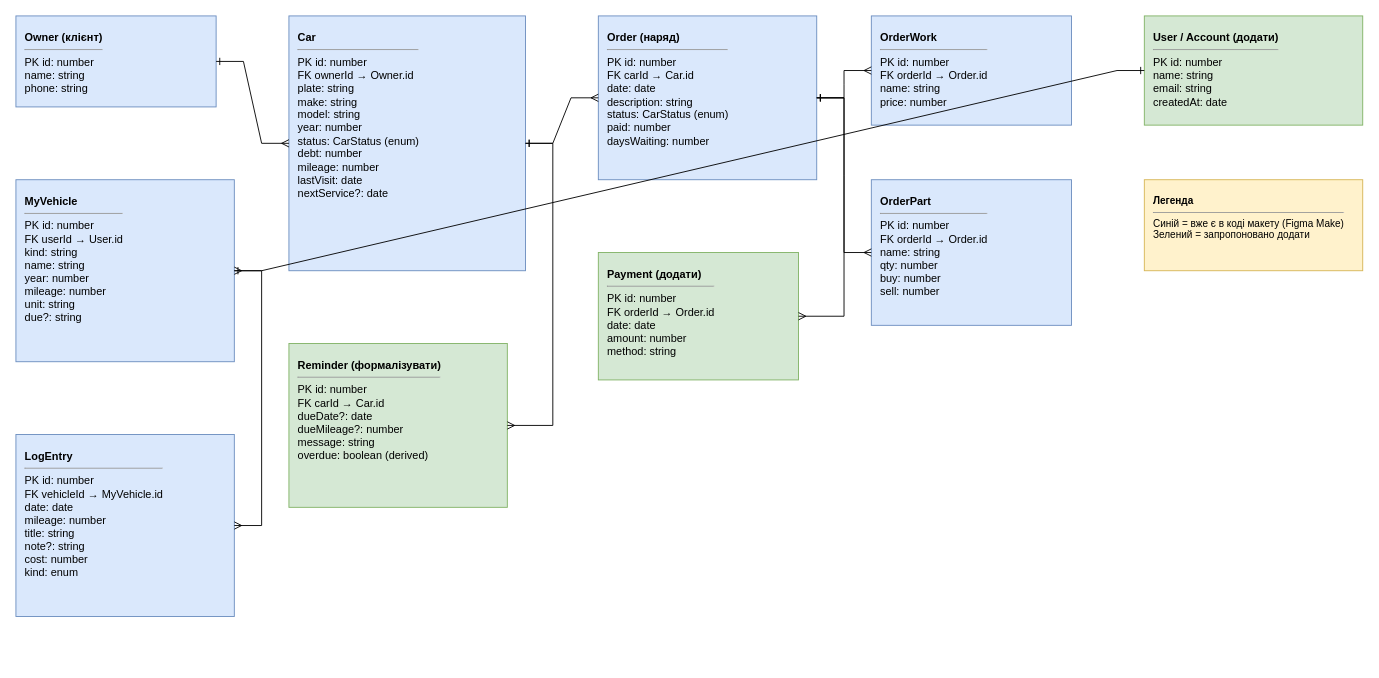
The draw.io diagram garage-erd.drawio in maksymkrat/GarageOS, before the edit. Source tidied: cells renumbered, new cells numbered last; positions are measured from the earlier drawing's top-left corner, leaving out a move shared by most shapes. Both pictures are drawn from the tidied source at 91%, with x=0, y=0 at pixel (15, 15).
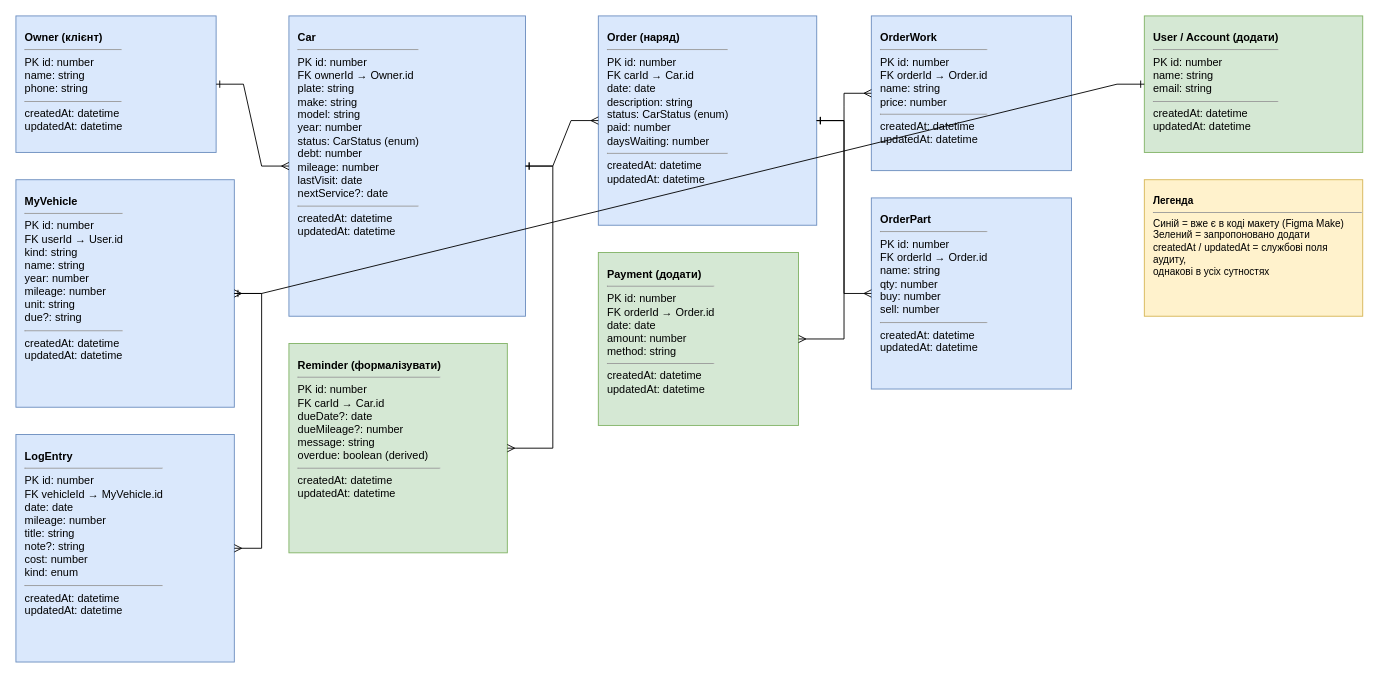
Above is the later version.

Commit message:
docs: додати поля аудиту createdAt/updatedAt у всі сутності ERD

What changed in the source:
```diff
@@
-    <mxCell id="2" value="&lt;b&gt;Owner (клієнт)&lt;/b&gt;&lt;hr size=1&gt;PK id: number&lt;br&gt;name: string&lt;br&gt;phone: string" style="rounded=0;whiteSpace=wrap;html=1;align=left;verticalAlign=top;spacingLeft=8;spacingTop=10;fontSize=12;fillColor=#dae8fc;strokeColor=#6c8ebf;" parent="1" vertex="1">
-      <mxGeometry width="220" height="100" as="geometry" />
+    <mxCell id="2" value="&lt;b&gt;Owner (клієнт)&lt;/b&gt;&lt;hr size=1&gt;PK id: number&lt;br&gt;name: string&lt;br&gt;phone: string&lt;hr size=1&gt;createdAt: datetime&lt;br&gt;updatedAt: datetime" style="rounded=0;whiteSpace=wrap;html=1;align=left;verticalAlign=top;spacingLeft=8;spacingTop=10;fontSize=12;fillColor=#dae8fc;strokeColor=#6c8ebf;" parent="1" vertex="1">
+      <mxGeometry width="220" height="150" as="geometry" />
     </mxCell>
-    <mxCell id="3" value="&lt;b&gt;Car&lt;/b&gt;&lt;hr size=1&gt;PK id: number&lt;br&gt;FK ownerId → Owner.id&lt;br&gt;plate: string&lt;br&gt;make: string&lt;br&gt;model: string&lt;br&gt;year: number&lt;br&gt;status: CarStatus (enum)&lt;br&gt;debt: number&lt;br&gt;mileage: number&lt;br&gt;lastVisit: date&lt;br&gt;nextService?: date" style="rounded=0;whiteSpace=wrap;html=1;align=left;verticalAlign=top;spacingLeft=8;spacingTop=10;fontSize=12;fillColor=#dae8fc;strokeColor=#6c8ebf;" parent="1" vertex="1">
-      <mxGeometry x="300" width="260" height="280" as="geometry" />
+    <mxCell id="3" value="&lt;b&gt;Car&lt;/b&gt;&lt;hr size=1&gt;PK id: number&lt;br&gt;FK ownerId → Owner.id&lt;br&gt;plate: string&lt;br&gt;make: string&lt;br&gt;model: string&lt;br&gt;year: number&lt;br&gt;status: CarStatus (enum)&lt;br&gt;debt: number&lt;br&gt;mileage: number&lt;br&gt;lastVisit: date&lt;br&gt;nextService?: date&lt;hr size=1&gt;createdAt: datetime&lt;br&gt;updatedAt: datetime" style="rounded=0;whiteSpace=wrap;html=1;align=left;verticalAlign=top;spacingLeft=8;spacingTop=10;fontSize=12;fillColor=#dae8fc;strokeColor=#6c8ebf;" parent="1" vertex="1">
+      <mxGeometry x="300" width="260" height="330" as="geometry" />
     </mxCell>
-    <mxCell id="4" value="&lt;b&gt;Order (наряд)&lt;/b&gt;&lt;hr size=1&gt;PK id: number&lt;br&gt;FK carId → Car.id&lt;br&gt;date: date&lt;br&gt;description: string&lt;br&gt;status: CarStatus (enum)&lt;br&gt;paid: number&lt;br&gt;daysWaiting: number" style="rounded=0;whiteSpace=wrap;html=1;align=left;verticalAlign=top;spacingLeft=8;spacingTop=10;fontSize=12;fillColor=#dae8fc;strokeColor=#6c8ebf;" parent="1" vertex="1">
-      <mxGeometry x="640" width="240" height="180" as="geometry" />
+    <mxCell id="4" value="&lt;b&gt;Order (наряд)&lt;/b&gt;&lt;hr size=1&gt;PK id: number&lt;br&gt;FK carId → Car.id&lt;br&gt;date: date&lt;br&gt;description: string&lt;br&gt;status: CarStatus (enum)&lt;br&gt;paid: number&lt;br&gt;daysWaiting: number&lt;hr size=1&gt;createdAt: datetime&lt;br&gt;updatedAt: datetime" style="rounded=0;whiteSpace=wrap;html=1;align=left;verticalAlign=top;spacingLeft=8;spacingTop=10;fontSize=12;fillColor=#dae8fc;strokeColor=#6c8ebf;" parent="1" vertex="1">
+      <mxGeometry x="640" width="240" height="230" as="geometry" />
     </mxCell>
-    <mxCell id="5" value="&lt;b&gt;OrderWork&lt;/b&gt;&lt;hr size=1&gt;PK id: number&lt;br&gt;FK orderId → Order.id&lt;br&gt;name: string&lt;br&gt;price: number" style="rounded=0;whiteSpace=wrap;html=1;align=left;verticalAlign=top;spacingLeft=8;spacingTop=10;fontSize=12;fillColor=#dae8fc;strokeColor=#6c8ebf;" parent="1" vertex="1">
-      <mxGeometry x="940" width="220" height="120" as="geometry" />
+    <mxCell id="5" value="&lt;b&gt;OrderWork&lt;/b&gt;&lt;hr size=1&gt;PK id: number&lt;br&gt;FK orderId → Order.id&lt;br&gt;name: string&lt;br&gt;price: number&lt;hr size=1&gt;createdAt: datetime&lt;br&gt;updatedAt: datetime" style="rounded=0;whiteSpace=wrap;html=1;align=left;verticalAlign=top;spacingLeft=8;spacingTop=10;fontSize=12;fillColor=#dae8fc;strokeColor=#6c8ebf;" parent="1" vertex="1">
+      <mxGeometry x="940" width="220" height="170" as="geometry" />
     </mxCell>
-    <mxCell id="6" value="&lt;b&gt;OrderPart&lt;/b&gt;&lt;hr size=1&gt;PK id: number&lt;br&gt;FK orderId → Order.id&lt;br&gt;name: string&lt;br&gt;qty: number&lt;br&gt;buy: number&lt;br&gt;sell: number" style="rounded=0;whiteSpace=wrap;html=1;align=left;verticalAlign=top;spacingLeft=8;spacingTop=10;fontSize=12;fillColor=#dae8fc;strokeColor=#6c8ebf;" parent="1" vertex="1">
-      <mxGeometry x="940" y="180" width="220" height="160" as="geometry" />
+    <mxCell id="6" value="&lt;b&gt;OrderPart&lt;/b&gt;&lt;hr size=1&gt;PK id: number&lt;br&gt;FK orderId → Order.id&lt;br&gt;name: string&lt;br&gt;qty: number&lt;br&gt;buy: number&lt;br&gt;sell: number&lt;hr size=1&gt;createdAt: datetime&lt;br&gt;updatedAt: datetime" style="rounded=0;whiteSpace=wrap;html=1;align=left;verticalAlign=top;spacingLeft=8;spacingTop=10;fontSize=12;fillColor=#dae8fc;strokeColor=#6c8ebf;" parent="1" vertex="1">
+      <mxGeometry x="940" y="200" width="220" height="210" as="geometry" />
     </mxCell>
-    <mxCell id="7" value="&lt;b&gt;Reminder (формалізувати)&lt;/b&gt;&lt;hr size=1&gt;PK id: number&lt;br&gt;FK carId → Car.id&lt;br&gt;dueDate?: date&lt;br&gt;dueMileage?: number&lt;br&gt;message: string&lt;br&gt;overdue: boolean (derived)" style="rounded=0;whiteSpace=wrap;html=1;align=left;verticalAlign=top;spacingLeft=8;spacingTop=10;fontSize=12;fillColor=#d5e8d4;strokeColor=#82b366;" parent="1" vertex="1">
-      <mxGeometry x="300" y="360" width="240" height="180" as="geometry" />
+    <mxCell id="7" value="&lt;b&gt;Reminder (формалізувати)&lt;/b&gt;&lt;hr size=1&gt;PK id: number&lt;br&gt;FK carId → Car.id&lt;br&gt;dueDate?: date&lt;br&gt;dueMileage?: number&lt;br&gt;message: string&lt;br&gt;overdue: boolean (derived)&lt;hr size=1&gt;createdAt: datetime&lt;br&gt;updatedAt: datetime" style="rounded=0;whiteSpace=wrap;html=1;align=left;verticalAlign=top;spacingLeft=8;spacingTop=10;fontSize=12;fillColor=#d5e8d4;strokeColor=#82b366;" parent="1" vertex="1">
+      <mxGeometry x="300" y="360" width="240" height="230" as="geometry" />
     </mxCell>
-    <mxCell id="8" value="&lt;b&gt;Payment (додати)&lt;/b&gt;&lt;hr size=1&gt;PK id: number&lt;br&gt;FK orderId → Order.id&lt;br&gt;date: date&lt;br&gt;amount: number&lt;br&gt;method: string" style="rounded=0;whiteSpace=wrap;html=1;align=left;verticalAlign=top;spacingLeft=8;spacingTop=10;fontSize=12;fillColor=#d5e8d4;strokeColor=#82b366;" parent="1" vertex="1">
-      <mxGeometry x="640" y="260" width="220" height="140" as="geometry" />
+    <mxCell id="8" value="&lt;b&gt;Payment (додати)&lt;/b&gt;&lt;hr size=1&gt;PK id: number&lt;br&gt;FK orderId → Order.id&lt;br&gt;date: date&lt;br&gt;amount: number&lt;br&gt;method: string&lt;hr size=1&gt;createdAt: datetime&lt;br&gt;updatedAt: datetime" style="rounded=0;whiteSpace=wrap;html=1;align=left;verticalAlign=top;spacingLeft=8;spacingTop=10;fontSize=12;fillColor=#d5e8d4;strokeColor=#82b366;" parent="1" vertex="1">
+      <mxGeometry x="640" y="260" width="220" height="190" as="geometry" />
     </mxCell>
-    <mxCell id="9" value="&lt;b&gt;MyVehicle&lt;/b&gt;&lt;hr size=1&gt;PK id: number&lt;br&gt;FK userId → User.id&lt;br&gt;kind: string&lt;br&gt;name: string&lt;br&gt;year: number&lt;br&gt;mileage: number&lt;br&gt;unit: string&lt;br&gt;due?: string" style="rounded=0;whiteSpace=wrap;html=1;align=left;verticalAlign=top;spacingLeft=8;spacingTop=10;fontSize=12;fillColor=#dae8fc;strokeColor=#6c8ebf;" parent="1" vertex="1">
-      <mxGeometry y="180" width="240" height="200" as="geometry" />
+    <mxCell id="9" value="&lt;b&gt;MyVehicle&lt;/b&gt;&lt;hr size=1&gt;PK id: number&lt;br&gt;FK userId → User.id&lt;br&gt;kind: string&lt;br&gt;name: string&lt;br&gt;year: number&lt;br&gt;mileage: number&lt;br&gt;unit: string&lt;br&gt;due?: string&lt;hr size=1&gt;createdAt: datetime&lt;br&gt;updatedAt: datetime" style="rounded=0;whiteSpace=wrap;html=1;align=left;verticalAlign=top;spacingLeft=8;spacingTop=10;fontSize=12;fillColor=#dae8fc;strokeColor=#6c8ebf;" parent="1" vertex="1">
+      <mxGeometry y="180" width="240" height="250" as="geometry" />
     </mxCell>
-    <mxCell id="10" value="&lt;b&gt;LogEntry&lt;/b&gt;&lt;hr size=1&gt;PK id: number&lt;br&gt;FK vehicleId → MyVehicle.id&lt;br&gt;date: date&lt;br&gt;mileage: number&lt;br&gt;title: string&lt;br&gt;note?: string&lt;br&gt;cost: number&lt;br&gt;kind: enum" style="rounded=0;whiteSpace=wrap;html=1;align=left;verticalAlign=top;spacingLeft=8;spacingTop=10;fontSize=12;fillColor=#dae8fc;strokeColor=#6c8ebf;" parent="1" vertex="1">
-      <mxGeometry y="460" width="240" height="200" as="geometry" />
+    <mxCell id="10" value="&lt;b&gt;LogEntry&lt;/b&gt;&lt;hr size=1&gt;PK id: number&lt;br&gt;FK vehicleId → MyVehicle.id&lt;br&gt;date: date&lt;br&gt;mileage: number&lt;br&gt;title: string&lt;br&gt;note?: string&lt;br&gt;cost: number&lt;br&gt;kind: enum&lt;hr size=1&gt;createdAt: datetime&lt;br&gt;updatedAt: datetime" style="rounded=0;whiteSpace=wrap;html=1;align=left;verticalAlign=top;spacingLeft=8;spacingTop=10;fontSize=12;fillColor=#dae8fc;strokeColor=#6c8ebf;" parent="1" vertex="1">
+      <mxGeometry y="460" width="240" height="250" as="geometry" />
     </mxCell>
-    <mxCell id="11" value="&lt;b&gt;User / Account (додати)&lt;/b&gt;&lt;hr size=1&gt;PK id: number&lt;br&gt;name: string&lt;br&gt;email: string&lt;br&gt;createdAt: date" style="rounded=0;whiteSpace=wrap;html=1;align=left;verticalAlign=top;spacingLeft=8;spacingTop=10;fontSize=12;fillColor=#d5e8d4;strokeColor=#82b366;" parent="1" vertex="1">
-      <mxGeometry x="1240" width="240" height="120" as="geometry" />
+    <mxCell id="11" value="&lt;b&gt;User / Account (додати)&lt;/b&gt;&lt;hr size=1&gt;PK id: number&lt;br&gt;name: string&lt;br&gt;email: string&lt;hr size=1&gt;createdAt: datetime&lt;br&gt;updatedAt: datetime" style="rounded=0;whiteSpace=wrap;html=1;align=left;verticalAlign=top;spacingLeft=8;spacingTop=10;fontSize=12;fillColor=#d5e8d4;strokeColor=#82b366;" parent="1" vertex="1">
+      <mxGeometry x="1240" width="240" height="150" as="geometry" />
     </mxCell>
@@
-    <mxCell id="20" value="&lt;b&gt;Легенда&lt;/b&gt;&lt;hr size=1&gt;Синій = вже є в коді макету (Figma Make)&lt;br&gt;Зелений = запропоновано додати" style="rounded=0;whiteSpace=wrap;html=1;align=left;verticalAlign=top;spacingLeft=8;spacingTop=10;fontSize=11;fillColor=#fff2cc;strokeColor=#d6b656;" parent="1" vertex="1">
-      <mxGeometry x="1240" y="180" width="240" height="100" as="geometry" />
+    <mxCell id="20" value="&lt;b&gt;Легенда&lt;/b&gt;&lt;hr size=1&gt;Синій = вже є в коді макету (Figma Make)&lt;br&gt;Зелений = запропоновано додати&lt;br&gt;createdAt / updatedAt = службові поля аудиту,&lt;br&gt;однакові в усіх сутностях" style="rounded=0;whiteSpace=wrap;html=1;align=left;verticalAlign=top;spacingLeft=8;spacingTop=10;fontSize=11;fillColor=#fff2cc;strokeColor=#d6b656;" parent="1" vertex="1">
+      <mxGeometry x="1240" y="180" width="240" height="150" as="geometry" />
     </mxCell>
```
